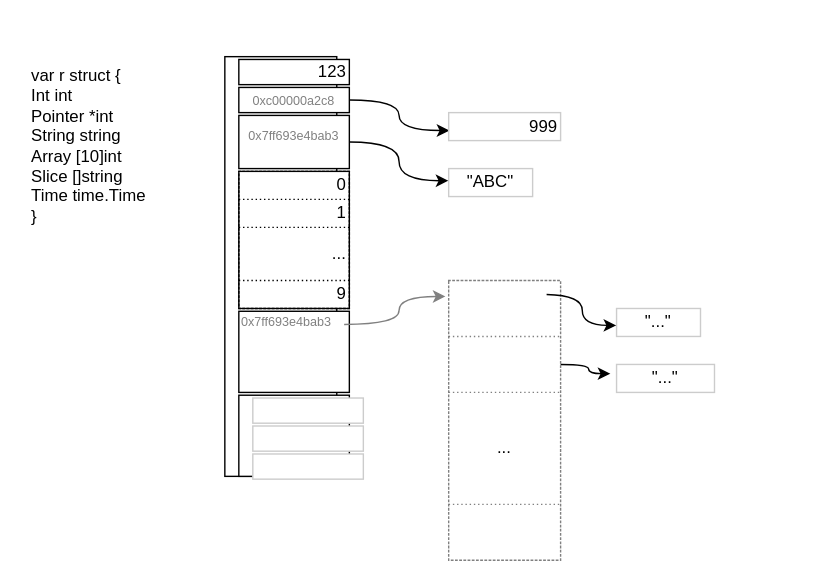
Above: article/svg/struct.svg in nshichi/go-mem (draw.io), before the change. Source tidied: cells renumbered, new cells last; positions are measured from the earlier drawing's top-left corner, leaving out a move shared by most shapes.
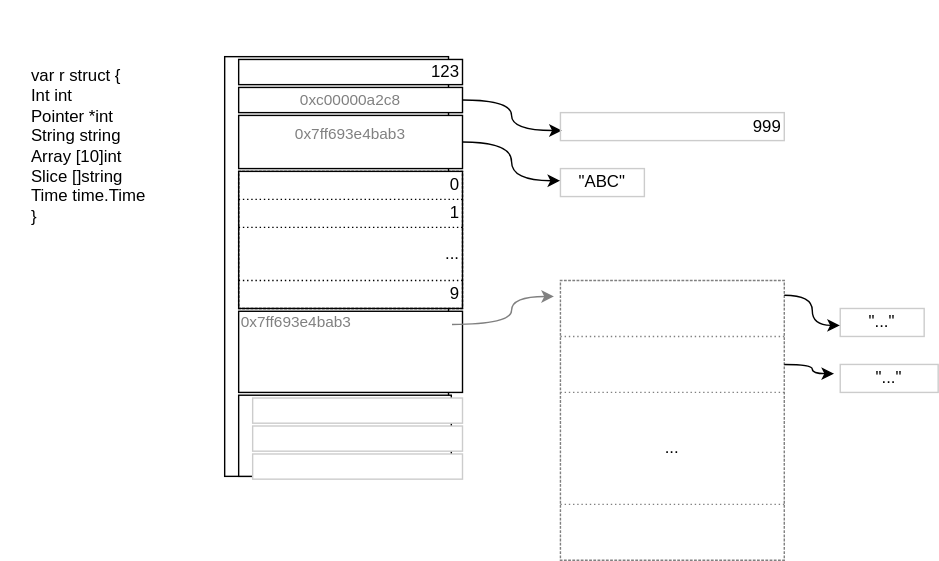
After the commit.

Diff of the diagram source:
```diff
@@ -6,97 +6,97 @@
       <mxGeometry x="20" y="40" width="130" height="150" as="geometry" />
     </mxCell>
     <mxCell id="3" style="whiteSpace=wrap;html=1;strokeWidth=1;" parent="1" vertex="1">
-      <mxGeometry x="160" y="40" width="80" height="300" as="geometry" />
+      <mxGeometry x="160" y="40" width="160" height="300" as="geometry" />
     </mxCell>
     <mxCell id="4" value="123" style="whiteSpace=wrap;html=1;align=right;" parent="1" vertex="1">
-      <mxGeometry x="170" y="42" width="79" height="18" as="geometry" />
+      <mxGeometry x="170" y="42" width="160" height="18" as="geometry" />
     </mxCell>
-    <mxCell id="5" value="&lt;span style=&quot;color: rgb(128, 128, 128); font-size: 9px; text-align: left;&quot;&gt;0xc00000a2c8&lt;/span&gt;" style="whiteSpace=wrap;html=1;align=center;fontColor=#808080;" parent="1" vertex="1">
-      <mxGeometry x="170" y="62" width="79" height="18" as="geometry" />
+    <mxCell id="5" value="&lt;span style=&quot;color: rgb(128, 128, 128); text-align: left;&quot;&gt;0xc00000a2c8&lt;/span&gt;" style="whiteSpace=wrap;html=1;align=center;fontColor=#808080;fontSize=11;" parent="1" vertex="1">
+      <mxGeometry x="170" y="62" width="160" height="18" as="geometry" />
     </mxCell>
-    <mxCell id="6" value="&lt;span style=&quot;color: rgb(128, 128, 128); font-size: 9px; text-align: left; background-color: rgb(255, 255, 255);&quot;&gt;0x7ff693e4bab3&lt;/span&gt;" style="whiteSpace=wrap;html=1;align=center;verticalAlign=top;fontColor=#808080;" parent="1" vertex="1">
-      <mxGeometry x="170" y="82" width="79" height="38" as="geometry" />
+    <mxCell id="6" value="&lt;span style=&quot;color: rgb(128, 128, 128); text-align: left; background-color: rgb(255, 255, 255);&quot;&gt;0x7ff693e4bab3&lt;/span&gt;" style="whiteSpace=wrap;html=1;align=center;verticalAlign=top;fontColor=#808080;fontSize=11;" parent="1" vertex="1">
+      <mxGeometry x="170" y="82" width="160" height="38" as="geometry" />
     </mxCell>
     <mxCell id="7" style="whiteSpace=wrap;html=1;align=right;" parent="1" vertex="1">
-      <mxGeometry x="170" y="222" width="79" height="58" as="geometry" />
+      <mxGeometry x="170" y="222" width="160" height="58" as="geometry" />
     </mxCell>
     <mxCell id="8" style="whiteSpace=wrap;html=1;align=right;" parent="1" vertex="1">
-      <mxGeometry x="170" y="282" width="79" height="58" as="geometry" />
+      <mxGeometry x="170" y="282" width="152" height="58" as="geometry" />
     </mxCell>
     <mxCell id="9" style="shape=table;startSize=0;dashed=1;dashPattern=1 2;" parent="1" vertex="1">
-      <mxGeometry x="170" y="122" width="79" height="98" as="geometry" />
+      <mxGeometry x="170" y="122" width="160" height="98" as="geometry" />
     </mxCell>
     <mxCell id="10" style="shape=tableRow;horizontal=0;startSize=0;swimlaneHead=0;swimlaneBody=0;strokeColor=inherit;top=0;left=0;bottom=0;right=0;fillColor=none;" parent="9" vertex="1">
-      <mxGeometry width="79" height="20" as="geometry" />
+      <mxGeometry width="160" height="20" as="geometry" />
     </mxCell>
     <mxCell id="11" value="0" style="shape=partialRectangle;html=1;whiteSpace=wrap;strokeColor=inherit;overflow=hidden;fillColor=none;top=0;left=0;bottom=0;right=0;align=right;" parent="10" vertex="1">
-      <mxGeometry width="79" height="20" as="geometry" />
+      <mxGeometry width="160" height="20" as="geometry" />
     </mxCell>
     <mxCell id="12" style="shape=tableRow;horizontal=0;startSize=0;swimlaneHead=0;swimlaneBody=0;strokeColor=inherit;top=0;left=0;bottom=0;right=0;fillColor=none;" parent="9" vertex="1">
-      <mxGeometry y="20" width="79" height="20" as="geometry" />
+      <mxGeometry y="20" width="160" height="20" as="geometry" />
     </mxCell>
     <mxCell id="13" value="1" style="shape=partialRectangle;html=1;whiteSpace=wrap;strokeColor=inherit;overflow=hidden;fillColor=none;top=0;left=0;bottom=0;right=0;align=right;" parent="12" vertex="1">
-      <mxGeometry width="79" height="20" as="geometry" />
+      <mxGeometry width="160" height="20" as="geometry" />
     </mxCell>
     <mxCell id="14" style="shape=tableRow;horizontal=0;startSize=0;swimlaneHead=0;swimlaneBody=0;strokeColor=inherit;top=0;left=0;bottom=0;right=0;fillColor=none;" parent="9" vertex="1">
-      <mxGeometry y="40" width="79" height="38" as="geometry" />
+      <mxGeometry y="40" width="160" height="38" as="geometry" />
     </mxCell>
     <mxCell id="15" value="..." style="shape=partialRectangle;html=1;whiteSpace=wrap;strokeColor=inherit;overflow=hidden;fillColor=none;top=0;left=0;bottom=0;right=0;align=right;" parent="14" vertex="1">
-      <mxGeometry width="79" height="38" as="geometry" />
+      <mxGeometry width="160" height="38" as="geometry" />
     </mxCell>
     <mxCell id="16" style="shape=tableRow;horizontal=0;startSize=0;swimlaneHead=0;swimlaneBody=0;strokeColor=inherit;top=0;left=0;bottom=0;right=0;fillColor=none;" parent="9" vertex="1">
-      <mxGeometry y="78" width="79" height="20" as="geometry" />
+      <mxGeometry y="78" width="160" height="20" as="geometry" />
     </mxCell>
     <mxCell id="17" value="9" style="shape=partialRectangle;html=1;whiteSpace=wrap;strokeColor=inherit;overflow=hidden;fillColor=none;top=0;left=0;bottom=0;right=0;align=right;" parent="16" vertex="1">
-      <mxGeometry width="79" height="20" as="geometry" />
+      <mxGeometry width="160" height="20" as="geometry" />
     </mxCell>
     <mxCell id="18" style="whiteSpace=wrap;html=1;align=right;strokeColor=#CCCCCC;" parent="1" vertex="1">
-      <mxGeometry x="180" y="284" width="79" height="18" as="geometry" />
+      <mxGeometry x="180" y="284" width="150" height="18" as="geometry" />
     </mxCell>
     <mxCell id="19" style="whiteSpace=wrap;html=1;align=right;strokeColor=#CCCCCC;" parent="1" vertex="1">
-      <mxGeometry x="180" y="304" width="79" height="18" as="geometry" />
+      <mxGeometry x="180" y="304" width="150" height="18" as="geometry" />
     </mxCell>
     <mxCell id="20" style="whiteSpace=wrap;html=1;align=right;strokeColor=#CCCCCC;" parent="1" vertex="1">
-      <mxGeometry x="180" y="324" width="79" height="18" as="geometry" />
+      <mxGeometry x="180" y="324" width="150" height="18" as="geometry" />
     </mxCell>
     <mxCell id="21" style="shape=table;startSize=0;dashed=1;dashPattern=1 2;strokeColor=#808080;" parent="1" vertex="1">
-      <mxGeometry x="320" y="200" width="80" height="200" as="geometry" />
+      <mxGeometry x="400" y="200" width="160" height="200" as="geometry" />
     </mxCell>
     <mxCell id="22" style="shape=tableRow;horizontal=0;startSize=0;swimlaneHead=0;swimlaneBody=0;strokeColor=inherit;top=0;left=0;bottom=0;right=0;fillColor=none;points=[[0,0.5],[1,0.5]];portConstraint=eastwest;" parent="21" vertex="1">
-      <mxGeometry width="80" height="40" as="geometry" />
+      <mxGeometry width="160" height="40" as="geometry" />
     </mxCell>
     <mxCell id="23" style="shape=partialRectangle;html=1;whiteSpace=wrap;strokeColor=inherit;overflow=hidden;fillColor=none;top=0;left=0;bottom=0;right=0;align=right;verticalAlign=top;" parent="22" vertex="1">
-      <mxGeometry width="80" height="40" as="geometry" />
+      <mxGeometry width="160" height="40" as="geometry" />
     </mxCell>
     <mxCell id="24" style="shape=tableRow;horizontal=0;startSize=0;swimlaneHead=0;swimlaneBody=0;strokeColor=inherit;top=0;left=0;bottom=0;right=0;fillColor=none;points=[[0,0.5],[1,0.5]];portConstraint=eastwest;" parent="21" vertex="1">
-      <mxGeometry y="40" width="80" height="40" as="geometry" />
+      <mxGeometry y="40" width="160" height="40" as="geometry" />
     </mxCell>
     <mxCell id="25" style="shape=partialRectangle;html=1;whiteSpace=wrap;strokeColor=inherit;overflow=hidden;fillColor=none;top=0;left=0;bottom=0;right=0;align=right;verticalAlign=top;" parent="24" vertex="1">
-      <mxGeometry width="80" height="40" as="geometry" />
+      <mxGeometry width="160" height="40" as="geometry" />
     </mxCell>
     <mxCell id="26" style="shape=tableRow;horizontal=0;startSize=0;swimlaneHead=0;swimlaneBody=0;strokeColor=inherit;top=0;left=0;bottom=0;right=0;fillColor=none;" parent="21" vertex="1">
-      <mxGeometry y="80" width="80" height="80" as="geometry" />
+      <mxGeometry y="80" width="160" height="80" as="geometry" />
     </mxCell>
     <mxCell id="27" value="..." style="shape=partialRectangle;html=1;whiteSpace=wrap;strokeColor=inherit;overflow=hidden;fillColor=none;top=0;left=0;bottom=0;right=0;" parent="26" vertex="1">
-      <mxGeometry width="80" height="80" as="geometry" />
+      <mxGeometry width="160" height="80" as="geometry" />
     </mxCell>
     <mxCell id="28" style="shape=tableRow;horizontal=0;startSize=0;swimlaneHead=0;swimlaneBody=0;strokeColor=inherit;top=0;left=0;bottom=0;right=0;fillColor=none;" parent="21" vertex="1">
-      <mxGeometry y="160" width="80" height="40" as="geometry" />
+      <mxGeometry y="160" width="160" height="40" as="geometry" />
     </mxCell>
     <mxCell id="29" style="shape=partialRectangle;html=1;whiteSpace=wrap;strokeColor=inherit;overflow=hidden;fillColor=none;top=0;left=0;bottom=0;right=0;align=right;verticalAlign=top;" parent="28" vertex="1">
-      <mxGeometry width="80" height="40" as="geometry" />
+      <mxGeometry width="160" height="40" as="geometry" />
     </mxCell>
     <mxCell id="30" style="whiteSpace=wrap;html=1;align=right;verticalAlign=top;fillColor=none;" parent="1" vertex="1">
-      <mxGeometry x="170" y="122" width="79" height="98" as="geometry" />
+      <mxGeometry x="170" y="122" width="160" height="98" as="geometry" />
     </mxCell>
     <mxCell id="31" value="&quot;ABC&quot;" style="whiteSpace=wrap;html=1;align=center;verticalAlign=middle;fillColor=none;strokeColor=#CCCCCC;" parent="1" vertex="1">
-      <mxGeometry x="320" y="120" width="60" height="20" as="geometry" />
+      <mxGeometry x="400" y="120" width="60" height="20" as="geometry" />
     </mxCell>
     <mxCell id="32" value="&quot;...&quot;" style="whiteSpace=wrap;html=1;align=center;verticalAlign=middle;fillColor=none;strokeColor=#CCCCCC;" parent="1" vertex="1">
-      <mxGeometry x="440" y="220" width="60" height="20" as="geometry" />
+      <mxGeometry x="600" y="220" width="60" height="20" as="geometry" />
     </mxCell>
     <mxCell id="33" value="&quot;...&quot;" style="whiteSpace=wrap;html=1;align=center;verticalAlign=middle;fillColor=none;strokeColor=#CCCCCC;" parent="1" vertex="1">
-      <mxGeometry x="440" y="260" width="70" height="20" as="geometry" />
+      <mxGeometry x="600" y="260" width="70" height="20" as="geometry" />
     </mxCell>
     <mxCell id="34" style="whiteSpace=wrap;html=1;fillColor=none;strokeColor=none;" parent="1" vertex="1">
       <mxGeometry x="580" y="380" width="20" height="20" as="geometry" />
@@ -104,14 +104,14 @@
     <mxCell id="35" style="whiteSpace=wrap;html=1;fillColor=none;strokeColor=none;" parent="1" vertex="1">
       <mxGeometry width="20" height="20" as="geometry" />
     </mxCell>
-    <mxCell id="36" value="&lt;span style=&quot;&quot;&gt;&lt;font style=&quot;color: rgb(128, 128, 128);&quot;&gt;0x7ff693e4bab3&lt;/font&gt;&lt;/span&gt;" style="text;strokeColor=none;align=left;fillColor=none;html=1;verticalAlign=middle;whiteSpace=wrap;rounded=0;fontSize=9;fontColor=light-dark(#808080,#EDEDED);" parent="1" vertex="1">
+    <mxCell id="36" value="&lt;span&gt;&lt;font style=&quot;color: rgb(128, 128, 128);&quot;&gt;0x7ff693e4bab3&lt;/font&gt;&lt;/span&gt;" style="text;strokeColor=none;align=left;fillColor=none;html=1;verticalAlign=middle;whiteSpace=wrap;rounded=0;fontSize=11;fontColor=light-dark(#808080,#EDEDED);" parent="1" vertex="1">
       <mxGeometry x="170" y="220" width="70" height="20" as="geometry" />
     </mxCell>
     <mxCell id="37" style="edgeStyle=orthogonalEdgeStyle;html=1;rounded=1;curved=1;endArrow=classic;endFill=1;jumpStyle=none;shadow=0;flowAnimation=0;strokeWidth=1;startArrow=none;startFill=0;entryX=0.006;entryY=0.64;entryDx=0;entryDy=0;entryPerimeter=0;" parent="1" edge="1" source="5" target="38">
       <mxGeometry relative="1" as="geometry" />
     </mxCell>
     <mxCell id="38" value="999" style="whiteSpace=wrap;html=1;align=right;verticalAlign=middle;fillColor=none;strokeColor=#CCCCCC;" parent="1" vertex="1">
-      <mxGeometry x="320" y="80" width="80" height="20" as="geometry" />
+      <mxGeometry x="400" y="80" width="160" height="20" as="geometry" />
     </mxCell>
     <mxCell id="39" style="edgeStyle=orthogonalEdgeStyle;html=1;rounded=1;curved=1;endArrow=classic;endFill=1;jumpStyle=none;shadow=0;flowAnimation=0;strokeWidth=1;startArrow=none;startFill=0;entryX=-0.004;entryY=0.433;entryDx=0;entryDy=0;entryPerimeter=0;" parent="1" edge="1" source="6" target="31">
       <mxGeometry relative="1" as="geometry" />
@@ -119,10 +119,8 @@
     <mxCell id="40" style="edgeStyle=orthogonalEdgeStyle;html=1;rounded=1;curved=1;endArrow=classic;endFill=1;jumpStyle=none;shadow=0;flowAnimation=0;strokeWidth=1;startArrow=none;startFill=0;entryX=-0.029;entryY=0.285;entryDx=0;entryDy=0;entryPerimeter=0;exitX=0.953;exitY=0.162;exitDx=0;exitDy=0;exitPerimeter=0;strokeColor=#808080;" parent="1" edge="1" source="7" target="22">
       <mxGeometry relative="1" as="geometry" />
     </mxCell>
-    <mxCell id="41" style="edgeStyle=orthogonalEdgeStyle;html=1;rounded=1;curved=1;endArrow=classic;endFill=1;jumpStyle=none;shadow=0;flowAnimation=0;strokeWidth=1;startArrow=none;startFill=0;entryX=-0.004;entryY=0.605;entryDx=0;entryDy=0;entryPerimeter=0;" parent="1" edge="1" target="32">
-      <mxGeometry relative="1" as="geometry">
-        <mxPoint x="390" y="210" as="sourcePoint" />
-      </mxGeometry>
+    <mxCell id="41" style="edgeStyle=orthogonalEdgeStyle;html=1;rounded=1;curved=1;endArrow=classic;endFill=1;jumpStyle=none;shadow=0;flowAnimation=0;strokeWidth=1;startArrow=none;startFill=0;entryX=-0.004;entryY=0.605;entryDx=0;entryDy=0;entryPerimeter=0;exitX=1;exitY=0.263;exitDx=0;exitDy=0;exitPerimeter=0;" parent="1" edge="1" source="22" target="32">
+      <mxGeometry relative="1" as="geometry" />
     </mxCell>
     <mxCell id="42" style="edgeStyle=orthogonalEdgeStyle;html=1;rounded=1;curved=1;endArrow=classic;endFill=1;jumpStyle=none;shadow=0;flowAnimation=0;strokeWidth=1;startArrow=none;startFill=0;entryX=-0.063;entryY=0.329;entryDx=0;entryDy=0;entryPerimeter=0;" parent="1" edge="1" source="24" target="33">
       <mxGeometry relative="1" as="geometry" />
```
